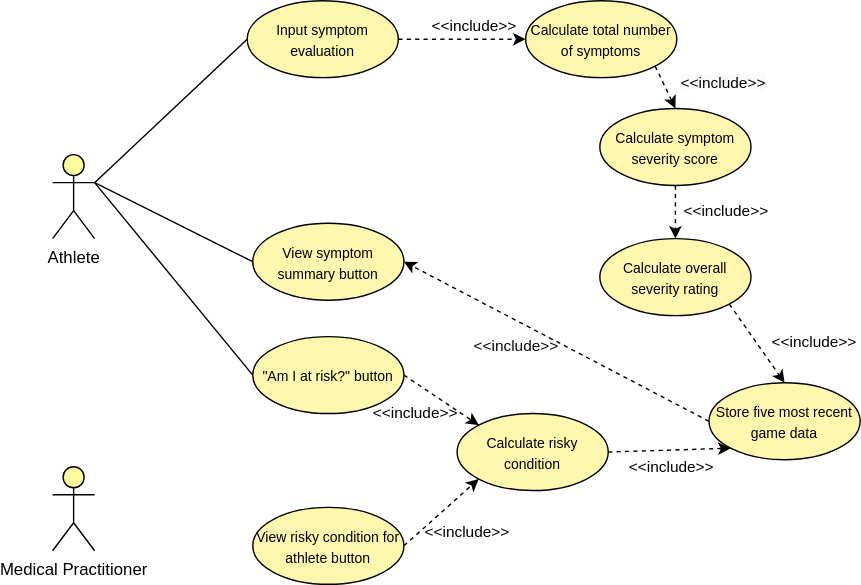
The draw.io diagram Use Case.drawio.svg in Awesomenaut/Sport-Concussion-Assessment-System-Project, before a commit. Source tidied: cells renumbered, new cells last; positions are measured from the earlier drawing's top-left corner, leaving out a move shared by most shapes.
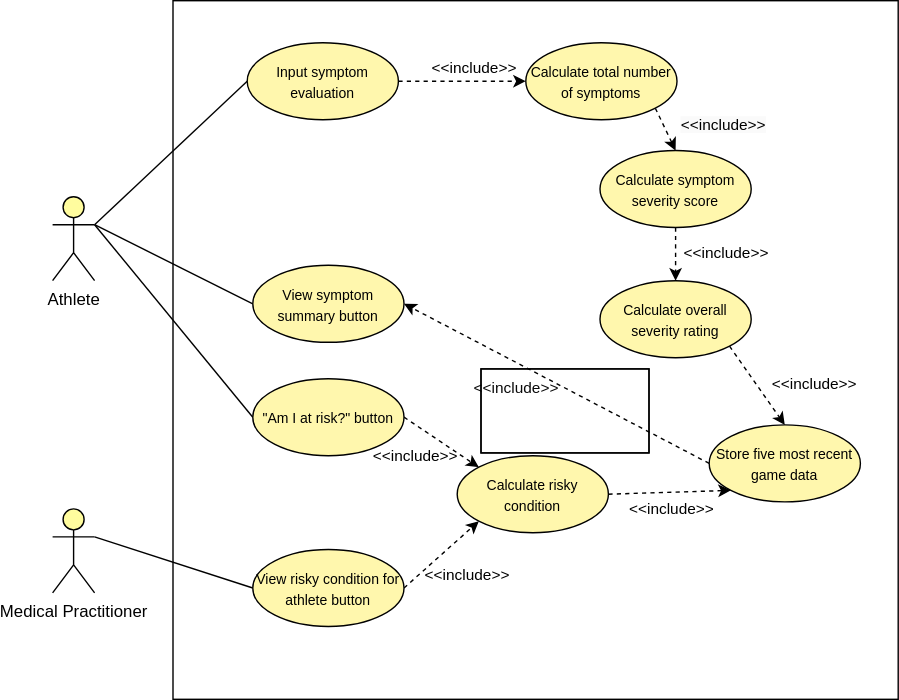
After the commit.

Diff of the diagram source:
```diff
@@ -14,6 +14,9 @@
     <mxCell id="5" value="&lt;font color=&quot;#000000&quot;&gt;Athlete&lt;/font&gt;" style="shape=umlActor;verticalLabelPosition=bottom;verticalAlign=top;html=1;outlineConnect=0;fillColor=#FFFC9E;strokeColor=#000000;shadow=0;gradientColor=none;" parent="1" vertex="1">
       <mxGeometry y="110" width="30" height="60" as="geometry" />
     </mxCell>
+    <mxCell id="31" style="edgeStyle=none;shape=connector;rounded=0;jettySize=auto;html=1;exitX=1;exitY=0.3333333333333333;exitDx=0;exitDy=0;exitPerimeter=0;entryX=0;entryY=0.5;entryDx=0;entryDy=0;labelBackgroundColor=default;strokeColor=#000000;fontFamily=Helvetica;fontSize=11;fontColor=default;endArrow=none;endFill=0;" parent="1" edge="1" source="6" target="24">
+      <mxGeometry relative="1" as="geometry" />
+    </mxCell>
     <mxCell id="6" value="&lt;font color=&quot;#000000&quot;&gt;Medical Practitioner&lt;br&gt;&lt;/font&gt;" style="shape=umlActor;verticalLabelPosition=bottom;verticalAlign=top;html=1;outlineConnect=0;fillColor=#FFFC9E;strokeColor=#000000;shadow=0;gradientColor=none;" parent="1" vertex="1">
       <mxGeometry y="333" width="30" height="60" as="geometry" />
     </mxCell>
@@ -103,5 +106,14 @@
     <mxCell id="30" value="&lt;font color=&quot;#000000&quot;&gt;&lt;span style=&quot;font-size: 10px;&quot;&gt;Calculate risky condition&lt;/span&gt;&lt;br&gt;&lt;/font&gt;" style="ellipse;whiteSpace=wrap;html=1;fillColor=#FFF7AD;gradientColor=none;strokeColor=#000000;" parent="1" vertex="1">
       <mxGeometry x="289" y="295" width="108" height="55" as="geometry" />
     </mxCell>
+    <mxCell id="32" style="rounded=0;whiteSpace=wrap;html=1;labelBackgroundColor=none;fontFamily=Helvetica;fontSize=11;fontColor=default;fillColor=none;gradientColor=none;" parent="1" vertex="1">
+      <mxGeometry x="306" y="233" width="120" height="60" as="geometry" />
+    </mxCell>
+    <mxCell id="33" style="rounded=0;whiteSpace=wrap;html=1;labelBackgroundColor=none;fontFamily=Helvetica;fontSize=11;fontColor=default;fillColor=none;gradientColor=none;" parent="1" vertex="1">
+      <mxGeometry x="306" y="233" width="120" height="60" as="geometry" />
+    </mxCell>
+    <mxCell id="34" style="rounded=0;whiteSpace=wrap;html=1;labelBackgroundColor=none;fontFamily=Helvetica;fontSize=11;fontColor=default;fillColor=none;gradientColor=none;strokeColor=#000000;" parent="1" vertex="1">
+      <mxGeometry x="86" y="-30" width="518" height="499" as="geometry" />
+    </mxCell>
   </root>
 </mxGraphModel>
```
